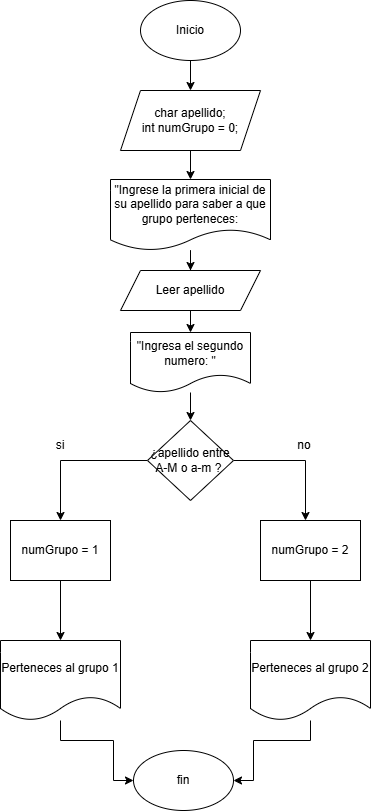
Before: Tema 3 - Switch/EjerciciosNivelDificil/GruposUniversidad/Diagrama.png, a diagram exported from draw.io (LuisEscalante03/FDP2026CLASS). Source tidied: cells renumbered, new cells last; positions are measured from the earlier drawing's top-left corner, leaving out a move shared by most shapes. The source it was exported from:
```xml
<mxGraphModel>
  <root>
    <mxCell id="0" />
    <mxCell id="1" parent="0" />
    <mxCell id="2" style="edgeStyle=orthogonalEdgeStyle;rounded=0;jettySize=auto;html=1;" parent="1" edge="1" source="3" target="5">
      <mxGeometry relative="1" as="geometry" />
    </mxCell>
    <mxCell id="3" value="Inicio" style="ellipse;whiteSpace=wrap;html=1;" parent="1" vertex="1">
      <mxGeometry x="140" width="100" height="60" as="geometry" />
    </mxCell>
    <mxCell id="4" style="edgeStyle=orthogonalEdgeStyle;rounded=0;jettySize=auto;html=1;" parent="1" edge="1" source="5" target="7">
      <mxGeometry relative="1" as="geometry" />
    </mxCell>
    <mxCell id="5" value="char apellido;&lt;div&gt;int numGrupo = 0;&lt;/div&gt;" style="shape=parallelogram;perimeter=parallelogramPerimeter;whiteSpace=wrap;html=1;fixedSize=1;" parent="1" vertex="1">
      <mxGeometry x="120" y="90" width="140" height="60" as="geometry" />
    </mxCell>
    <mxCell id="6" style="edgeStyle=orthogonalEdgeStyle;rounded=0;jettySize=auto;html=1;entryX=0.5;entryY=0;entryDx=0;entryDy=0;" parent="1" edge="1" source="7" target="9">
      <mxGeometry relative="1" as="geometry" />
    </mxCell>
    <mxCell id="7" value="&quot;Ingrese la primera inicial de su apellido para saber a que grupo perteneces:" style="shape=document;whiteSpace=wrap;html=1;boundedLbl=1;" parent="1" vertex="1">
      <mxGeometry x="110" y="179" width="160" height="71" as="geometry" />
    </mxCell>
    <mxCell id="8" style="edgeStyle=orthogonalEdgeStyle;rounded=0;jettySize=auto;html=1;" parent="1" edge="1" source="9" target="11">
      <mxGeometry relative="1" as="geometry" />
    </mxCell>
    <mxCell id="9" value="Leer apellido" style="shape=parallelogram;perimeter=parallelogramPerimeter;whiteSpace=wrap;html=1;fixedSize=1;" parent="1" vertex="1">
      <mxGeometry x="120" y="270" width="140" height="40" as="geometry" />
    </mxCell>
    <mxCell id="10" style="edgeStyle=orthogonalEdgeStyle;rounded=0;jettySize=auto;html=1;" parent="1" edge="1" source="11" target="14">
      <mxGeometry relative="1" as="geometry" />
    </mxCell>
    <mxCell id="11" value="&quot;Ingresa el segundo numero: &quot;" style="shape=document;whiteSpace=wrap;html=1;boundedLbl=1;" parent="1" vertex="1">
      <mxGeometry x="130" y="332" width="120" height="60" as="geometry" />
    </mxCell>
    <mxCell id="12" style="edgeStyle=orthogonalEdgeStyle;rounded=0;jettySize=auto;html=1;" parent="1" edge="1" source="14">
      <mxGeometry relative="1" as="geometry">
        <mxPoint x="305" y="520" as="targetPoint" />
      </mxGeometry>
    </mxCell>
    <mxCell id="13" style="edgeStyle=orthogonalEdgeStyle;rounded=0;jettySize=auto;html=1;" parent="1" edge="1" source="14">
      <mxGeometry relative="1" as="geometry">
        <mxPoint x="60" y="520" as="targetPoint" />
      </mxGeometry>
    </mxCell>
    <mxCell id="14" value="&lt;span style=&quot;color: rgba(0, 0, 0, 0); font-family: monospace; font-size: 0px; text-align: start; white-space: nowrap;&quot;&gt;%3CmxGraphModel%3E%3Croot%3E%3CmxCell%20id%3D%220%22%2F%3E%3CmxCell%20id%3D%221%22%20parent%3D%220%22%2F%3E%3CmxCell%20id%3D%222%22%20parent%3D%221%22%20style%3D%22rhombus%3BwhiteSpace%3Dwrap%3Bhtml%3D1%3B%22%20value%3D%22operacion%26lt%3Bdiv%26gt%3B%3D%3D%26lt%3B%2Fdiv%26gt%3B%26lt%3Bdiv%26gt%3B3%26lt%3B%2Fdiv%26gt%3B%22%20vertex%3D%221%22%3E%3CmxGeometry%20height%3D%2280%22%20width%3D%2280%22%20x%3D%22280%22%20y%3D%22800%22%20as%3D%22geometry%22%2F%3E%3C%2FmxCell%3E%3C%2Froot%3E%3C%2FmxGraphModel%3E&lt;/span&gt;&lt;span style=&quot;color: rgba(0, 0, 0, 0); font-family: monospace; font-size: 0px; text-align: start; white-space: nowrap;&quot;&gt;%3CmxGraphModel%3E%3Croot%3E%3CmxCell%20id%3D%220%22%2F%3E%3CmxCell%20id%3D%221%22%20parent%3D%220%22%2F%3E%3CmxCell%20id%3D%222%22%20parent%3D%221%22%20style%3D%22rhombus%3BwhiteSpace%3Dwrap%3Bhtml%3D1%3B%22%20value%3D%22operacion%26lt%3Bdiv%26gt%3B%3D%3D%26lt%3B%2Fdiv%26gt%3B%26lt%3Bdiv%26gt%3B3%26lt%3B%2Fdiv%26gt%3B%22%20vertex%3D%221%22%3E%3CmxGeometry%20height%3D%2280%22%20width%3D%2280%22%20x%3D%22280%22%20y%3D%22800%22%20as%3D%22geometry%22%2F%3E%3C%2FmxCell%3E%3C%2Froot%3E%3C%2FmxGraphModel%3E&lt;/span&gt;¿apellido entre A-M o a-m ?&amp;nbsp;" style="rhombus;whiteSpace=wrap;html=1;" parent="1" vertex="1">
      <mxGeometry x="147" y="420" width="86" height="80" as="geometry" />
    </mxCell>
    <mxCell id="15" value="si" style="text;html=1;whiteSpace=wrap;strokeColor=none;fillColor=none;align=center;verticalAlign=middle;rounded=0;" parent="1" vertex="1">
      <mxGeometry x="30" y="430" width="60" height="30" as="geometry" />
    </mxCell>
    <mxCell id="16" value="no" style="text;html=1;whiteSpace=wrap;strokeColor=none;fillColor=none;align=center;verticalAlign=middle;rounded=0;" parent="1" vertex="1">
      <mxGeometry x="274" y="430" width="60" height="30" as="geometry" />
    </mxCell>
    <mxCell id="17" style="edgeStyle=orthogonalEdgeStyle;rounded=0;jettySize=auto;html=1;" parent="1" edge="1" source="18" target="22">
      <mxGeometry relative="1" as="geometry" />
    </mxCell>
    <mxCell id="18" value="numGrupo = 1" style="rounded=0;whiteSpace=wrap;html=1;" parent="1" vertex="1">
      <mxGeometry x="10" y="520" width="100" height="60" as="geometry" />
    </mxCell>
    <mxCell id="19" style="edgeStyle=orthogonalEdgeStyle;rounded=0;jettySize=auto;html=1;" parent="1" edge="1" source="20" target="24">
      <mxGeometry relative="1" as="geometry" />
    </mxCell>
    <mxCell id="20" value="numGrupo = 2" style="rounded=0;whiteSpace=wrap;html=1;" parent="1" vertex="1">
      <mxGeometry x="260" y="520" width="100" height="60" as="geometry" />
    </mxCell>
    <mxCell id="21" style="edgeStyle=orthogonalEdgeStyle;rounded=0;jettySize=auto;html=1;entryX=0;entryY=0.5;entryDx=0;entryDy=0;" parent="1" edge="1" source="22" target="25">
      <mxGeometry relative="1" as="geometry">
        <Array as="points">
          <mxPoint x="60" y="740" />
          <mxPoint x="113" y="740" />
          <mxPoint x="113" y="780" />
        </Array>
      </mxGeometry>
    </mxCell>
    <mxCell id="22" value="Perteneces al grupo 1" style="shape=document;whiteSpace=wrap;html=1;boundedLbl=1;" parent="1" vertex="1">
      <mxGeometry y="640" width="120" height="80" as="geometry" />
    </mxCell>
    <mxCell id="23" style="edgeStyle=orthogonalEdgeStyle;rounded=0;jettySize=auto;html=1;entryX=1;entryY=0.5;entryDx=0;entryDy=0;" parent="1" edge="1" source="24" target="25">
      <mxGeometry relative="1" as="geometry">
        <Array as="points">
          <mxPoint x="310" y="740" />
          <mxPoint x="253" y="740" />
          <mxPoint x="253" y="780" />
        </Array>
      </mxGeometry>
    </mxCell>
    <mxCell id="24" value="Perteneces al grupo 2" style="shape=document;whiteSpace=wrap;html=1;boundedLbl=1;" parent="1" vertex="1">
      <mxGeometry x="250" y="640" width="120" height="80" as="geometry" />
    </mxCell>
    <mxCell id="25" value="fin" style="ellipse;whiteSpace=wrap;html=1;" parent="1" vertex="1">
      <mxGeometry x="133" y="750" width="100" height="60" as="geometry" />
    </mxCell>
  </root>
</mxGraphModel>
```
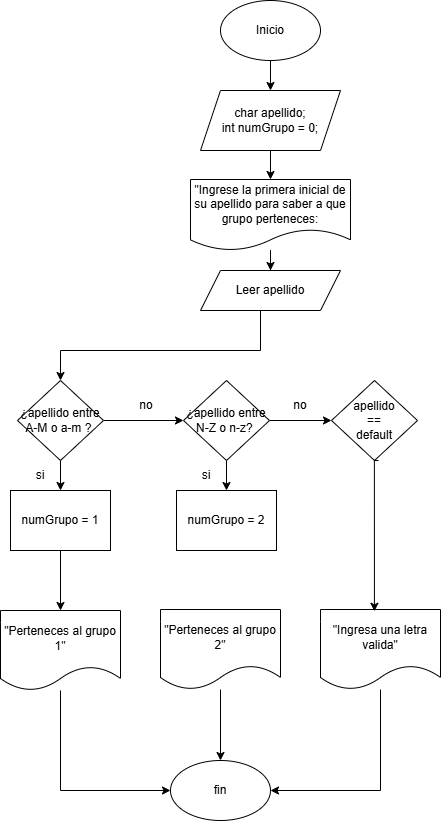
The same diagram one commit later.

What changed in the source:
```diff
@@ -20,75 +20,100 @@
     <mxCell id="7" value="&quot;Ingrese la primera inicial de su apellido para saber a que grupo perteneces:" style="shape=document;whiteSpace=wrap;html=1;boundedLbl=1;" parent="1" vertex="1">
       <mxGeometry x="110" y="179" width="160" height="71" as="geometry" />
     </mxCell>
-    <mxCell id="8" style="edgeStyle=orthogonalEdgeStyle;rounded=0;jettySize=auto;html=1;" parent="1" edge="1" source="9" target="11">
-      <mxGeometry relative="1" as="geometry" />
+    <mxCell id="8" style="edgeStyle=orthogonalEdgeStyle;rounded=0;jettySize=auto;html=1;entryX=0.5;entryY=0;entryDx=0;entryDy=0;" parent="1" edge="1" source="9" target="14">
+      <mxGeometry relative="1" as="geometry">
+        <Array as="points">
+          <mxPoint x="180" y="350" />
+          <mxPoint x="-20" y="350" />
+        </Array>
+      </mxGeometry>
     </mxCell>
     <mxCell id="9" value="Leer apellido" style="shape=parallelogram;perimeter=parallelogramPerimeter;whiteSpace=wrap;html=1;fixedSize=1;" parent="1" vertex="1">
       <mxGeometry x="120" y="270" width="140" height="40" as="geometry" />
     </mxCell>
-    <mxCell id="10" style="edgeStyle=orthogonalEdgeStyle;rounded=0;jettySize=auto;html=1;" parent="1" edge="1" source="11" target="14">
-      <mxGeometry relative="1" as="geometry" />
-    </mxCell>
-    <mxCell id="11" value="&quot;Ingresa el segundo numero: &quot;" style="shape=document;whiteSpace=wrap;html=1;boundedLbl=1;" parent="1" vertex="1">
-      <mxGeometry x="130" y="332" width="120" height="60" as="geometry" />
-    </mxCell>
-    <mxCell id="12" style="edgeStyle=orthogonalEdgeStyle;rounded=0;jettySize=auto;html=1;" parent="1" edge="1" source="14">
-      <mxGeometry relative="1" as="geometry">
-        <mxPoint x="305" y="520" as="targetPoint" />
-      </mxGeometry>
-    </mxCell>
-    <mxCell id="13" style="edgeStyle=orthogonalEdgeStyle;rounded=0;jettySize=auto;html=1;" parent="1" edge="1" source="14">
+    <mxCell id="13" style="edgeStyle=orthogonalEdgeStyle;rounded=0;jettySize=auto;html=1;entryX=0.5;entryY=0;entryDx=0;entryDy=0;" parent="1" edge="1" source="14" target="18">
       <mxGeometry relative="1" as="geometry">
-        <mxPoint x="60" y="520" as="targetPoint" />
+        <Array as="points">
+          <mxPoint x="-20" y="430" />
+        </Array>
       </mxGeometry>
     </mxCell>
+    <mxCell id="26" style="edgeStyle=orthogonalEdgeStyle;rounded=0;jettySize=auto;html=1;" parent="1" edge="1" source="14" target="29">
+      <mxGeometry relative="1" as="geometry" />
+    </mxCell>
     <mxCell id="14" value="&lt;span style=&quot;color: rgba(0, 0, 0, 0); font-family: monospace; font-size: 0px; text-align: start; white-space: nowrap;&quot;&gt;%3CmxGraphModel%3E%3Croot%3E%3CmxCell%20id%3D%220%22%2F%3E%3CmxCell%20id%3D%221%22%20parent%3D%220%22%2F%3E%3CmxCell%20id%3D%222%22%20parent%3D%221%22%20style%3D%22rhombus%3BwhiteSpace%3Dwrap%3Bhtml%3D1%3B%22%20value%3D%22operacion%26lt%3Bdiv%26gt%3B%3D%3D%26lt%3B%2Fdiv%26gt%3B%26lt%3Bdiv%26gt%3B3%26lt%3B%2Fdiv%26gt%3B%22%20vertex%3D%221%22%3E%3CmxGeometry%20height%3D%2280%22%20width%3D%2280%22%20x%3D%22280%22%20y%3D%22800%22%20as%3D%22geometry%22%2F%3E%3C%2FmxCell%3E%3C%2Froot%3E%3C%2FmxGraphModel%3E&lt;/span&gt;&lt;span style=&quot;color: rgba(0, 0, 0, 0); font-family: monospace; font-size: 0px; text-align: start; white-space: nowrap;&quot;&gt;%3CmxGraphModel%3E%3Croot%3E%3CmxCell%20id%3D%220%22%2F%3E%3CmxCell%20id%3D%221%22%20parent%3D%220%22%2F%3E%3CmxCell%20id%3D%222%22%20parent%3D%221%22%20style%3D%22rhombus%3BwhiteSpace%3Dwrap%3Bhtml%3D1%3B%22%20value%3D%22operacion%26lt%3Bdiv%26gt%3B%3D%3D%26lt%3B%2Fdiv%26gt%3B%26lt%3Bdiv%26gt%3B3%26lt%3B%2Fdiv%26gt%3B%22%20vertex%3D%221%22%3E%3CmxGeometry%20height%3D%2280%22%20width%3D%2280%22%20x%3D%22280%22%20y%3D%22800%22%20as%3D%22geometry%22%2F%3E%3C%2FmxCell%3E%3C%2Froot%3E%3C%2FmxGraphModel%3E&lt;/span&gt;¿apellido entre A-M o a-m ?&amp;nbsp;" style="rhombus;whiteSpace=wrap;html=1;" parent="1" vertex="1">
-      <mxGeometry x="147" y="420" width="86" height="80" as="geometry" />
+      <mxGeometry x="-63" y="380" width="86" height="80" as="geometry" />
     </mxCell>
     <mxCell id="15" value="si" style="text;html=1;whiteSpace=wrap;strokeColor=none;fillColor=none;align=center;verticalAlign=middle;rounded=0;" parent="1" vertex="1">
-      <mxGeometry x="30" y="430" width="60" height="30" as="geometry" />
+      <mxGeometry x="-70" y="460" width="60" height="30" as="geometry" />
     </mxCell>
     <mxCell id="16" value="no" style="text;html=1;whiteSpace=wrap;strokeColor=none;fillColor=none;align=center;verticalAlign=middle;rounded=0;" parent="1" vertex="1">
-      <mxGeometry x="274" y="430" width="60" height="30" as="geometry" />
+      <mxGeometry x="36" y="390" width="60" height="30" as="geometry" />
     </mxCell>
     <mxCell id="17" style="edgeStyle=orthogonalEdgeStyle;rounded=0;jettySize=auto;html=1;" parent="1" edge="1" source="18" target="22">
       <mxGeometry relative="1" as="geometry" />
     </mxCell>
     <mxCell id="18" value="numGrupo = 1" style="rounded=0;whiteSpace=wrap;html=1;" parent="1" vertex="1">
-      <mxGeometry x="10" y="520" width="100" height="60" as="geometry" />
+      <mxGeometry x="-70" y="490" width="100" height="60" as="geometry" />
     </mxCell>
-    <mxCell id="19" style="edgeStyle=orthogonalEdgeStyle;rounded=0;jettySize=auto;html=1;" parent="1" edge="1" source="20" target="24">
-      <mxGeometry relative="1" as="geometry" />
-    </mxCell>
     <mxCell id="20" value="numGrupo = 2" style="rounded=0;whiteSpace=wrap;html=1;" parent="1" vertex="1">
-      <mxGeometry x="260" y="520" width="100" height="60" as="geometry" />
+      <mxGeometry x="96" y="490" width="100" height="60" as="geometry" />
     </mxCell>
     <mxCell id="21" style="edgeStyle=orthogonalEdgeStyle;rounded=0;jettySize=auto;html=1;entryX=0;entryY=0.5;entryDx=0;entryDy=0;" parent="1" edge="1" source="22" target="25">
       <mxGeometry relative="1" as="geometry">
         <Array as="points">
-          <mxPoint x="60" y="740" />
-          <mxPoint x="113" y="740" />
-          <mxPoint x="113" y="780" />
+          <mxPoint x="-20" y="790" />
         </Array>
       </mxGeometry>
     </mxCell>
-    <mxCell id="22" value="Perteneces al grupo 1" style="shape=document;whiteSpace=wrap;html=1;boundedLbl=1;" parent="1" vertex="1">
-      <mxGeometry y="640" width="120" height="80" as="geometry" />
+    <mxCell id="22" value="&quot;Perteneces al grupo 1&quot;" style="shape=document;whiteSpace=wrap;html=1;boundedLbl=1;" parent="1" vertex="1">
+      <mxGeometry x="-80" y="610" width="120" height="80" as="geometry" />
     </mxCell>
-    <mxCell id="23" style="edgeStyle=orthogonalEdgeStyle;rounded=0;jettySize=auto;html=1;entryX=1;entryY=0.5;entryDx=0;entryDy=0;" parent="1" edge="1" source="24" target="25">
-      <mxGeometry relative="1" as="geometry">
-        <Array as="points">
-          <mxPoint x="310" y="740" />
-          <mxPoint x="253" y="740" />
-          <mxPoint x="253" y="780" />
-        </Array>
-      </mxGeometry>
+    <mxCell id="23" style="edgeStyle=orthogonalEdgeStyle;rounded=0;jettySize=auto;html=1;" parent="1" edge="1" source="24" target="25">
+      <mxGeometry relative="1" as="geometry" />
     </mxCell>
-    <mxCell id="24" value="Perteneces al grupo 2" style="shape=document;whiteSpace=wrap;html=1;boundedLbl=1;" parent="1" vertex="1">
-      <mxGeometry x="250" y="640" width="120" height="80" as="geometry" />
+    <mxCell id="24" value="&quot;Perteneces al grupo 2&quot;" style="shape=document;whiteSpace=wrap;html=1;boundedLbl=1;" parent="1" vertex="1">
+      <mxGeometry x="80" y="609" width="120" height="80" as="geometry" />
     </mxCell>
     <mxCell id="25" value="fin" style="ellipse;whiteSpace=wrap;html=1;" parent="1" vertex="1">
-      <mxGeometry x="133" y="750" width="100" height="60" as="geometry" />
+      <mxGeometry x="90" y="760" width="100" height="60" as="geometry" />
     </mxCell>
+    <mxCell id="27" style="edgeStyle=orthogonalEdgeStyle;rounded=0;jettySize=auto;html=1;" parent="1" edge="1" source="29" target="20">
+      <mxGeometry relative="1" as="geometry" />
+    </mxCell>
+    <mxCell id="28" style="edgeStyle=orthogonalEdgeStyle;rounded=0;jettySize=auto;html=1;" parent="1" edge="1" source="29" target="31">
+      <mxGeometry relative="1" as="geometry" />
+    </mxCell>
+    <mxCell id="29" value="&lt;span style=&quot;color: rgba(0, 0, 0, 0); font-family: monospace; font-size: 0px; text-align: start; white-space: nowrap;&quot;&gt;%3CmxGraphModel%3E%3Croot%3E%3CmxCell%20id%3D%220%22%2F%3E%3CmxCell%20id%3D%221%22%20parent%3D%220%22%2F%3E%3CmxCell%20id%3D%222%22%20parent%3D%221%22%20style%3D%22rhombus%3BwhiteSpace%3Dwrap%3Bhtml%3D1%3B%22%20value%3D%22operacion%26lt%3Bdiv%26gt%3B%3D%3D%26lt%3B%2Fdiv%26gt%3B%26lt%3Bdiv%26gt%3B3%26lt%3B%2Fdiv%26gt%3B%22%20vertex%3D%221%22%3E%3CmxGeometry%20height%3D%2280%22%20width%3D%2280%22%20x%3D%22280%22%20y%3D%22800%22%20as%3D%22geometry%22%2F%3E%3C%2FmxCell%3E%3C%2Froot%3E%3C%2FmxGraphModel%3E&lt;/span&gt;&lt;span style=&quot;color: rgba(0, 0, 0, 0); font-family: monospace; font-size: 0px; text-align: start; white-space: nowrap;&quot;&gt;%3CmxGraphModel%3E%3Croot%3E%3CmxCell%20id%3D%220%22%2F%3E%3CmxCell%20id%3D%221%22%20parent%3D%220%22%2F%3E%3CmxCell%20id%3D%222%22%20parent%3D%221%22%20style%3D%22rhombus%3BwhiteSpace%3Dwrap%3Bhtml%3D1%3B%22%20value%3D%22operacion%26lt%3Bdiv%26gt%3B%3D%3D%26lt%3B%2Fdiv%26gt%3B%26lt%3Bdiv%26gt%3B3%26lt%3B%2Fdiv%26gt%3B%22%20vertex%3D%221%22%3E%3CmxGeometry%20height%3D%2280%22%20width%3D%2280%22%20x%3D%22280%22%20y%3D%22800%22%20as%3D%22geometry%22%2F%3E%3C%2FmxCell%3E%3C%2Froot%3E%3C%2FmxGraphModel%3E&lt;/span&gt;¿apellido entre N-Z o n-z?&amp;nbsp;" style="rhombus;whiteSpace=wrap;html=1;" parent="1" vertex="1">
+      <mxGeometry x="103" y="380" width="86" height="80" as="geometry" />
+    </mxCell>
+    <mxCell id="30" value="si" style="text;html=1;whiteSpace=wrap;strokeColor=none;fillColor=none;align=center;verticalAlign=middle;rounded=0;" parent="1" vertex="1">
+      <mxGeometry x="96" y="460" width="60" height="30" as="geometry" />
+    </mxCell>
+    <mxCell id="31" value="apellido&lt;div&gt;==&lt;/div&gt;&lt;div&gt;default&lt;/div&gt;" style="rhombus;whiteSpace=wrap;html=1;" parent="1" vertex="1">
+      <mxGeometry x="251" y="380" width="86" height="80" as="geometry" />
+    </mxCell>
+    <mxCell id="32" value="no" style="text;html=1;whiteSpace=wrap;strokeColor=none;fillColor=none;align=center;verticalAlign=middle;rounded=0;" parent="1" vertex="1">
+      <mxGeometry x="190" y="390" width="60" height="30" as="geometry" />
+    </mxCell>
+    <mxCell id="33" style="edgeStyle=orthogonalEdgeStyle;rounded=0;jettySize=auto;html=1;entryX=1;entryY=0.5;entryDx=0;entryDy=0;" parent="1" edge="1" source="34" target="25">
+      <mxGeometry relative="1" as="geometry">
+        <Array as="points">
+          <mxPoint x="300" y="790" />
+        </Array>
+      </mxGeometry>
+    </mxCell>
+    <mxCell id="34" value="&quot;Ingresa una letra valida&quot;" style="shape=document;whiteSpace=wrap;html=1;boundedLbl=1;" parent="1" vertex="1">
+      <mxGeometry x="240" y="609" width="120" height="80" as="geometry" />
+    </mxCell>
+    <mxCell id="35" style="edgeStyle=orthogonalEdgeStyle;rounded=0;orthogonalLoop=1;jettySize=auto;html=1;entryX=0.441;entryY=0.022;entryDx=0;entryDy=0;entryPerimeter=0;" parent="1" edge="1">
+      <mxGeometry relative="1" as="geometry">
+        <mxPoint x="298" y="460" as="sourcePoint" />
+        <mxPoint x="293.9" y="610.8" as="targetPoint" />
+        <Array as="points">
+          <mxPoint x="294" y="460" />
+        </Array>
+      </mxGeometry>
+    </mxCell>
   </root>
 </mxGraphModel>
```
